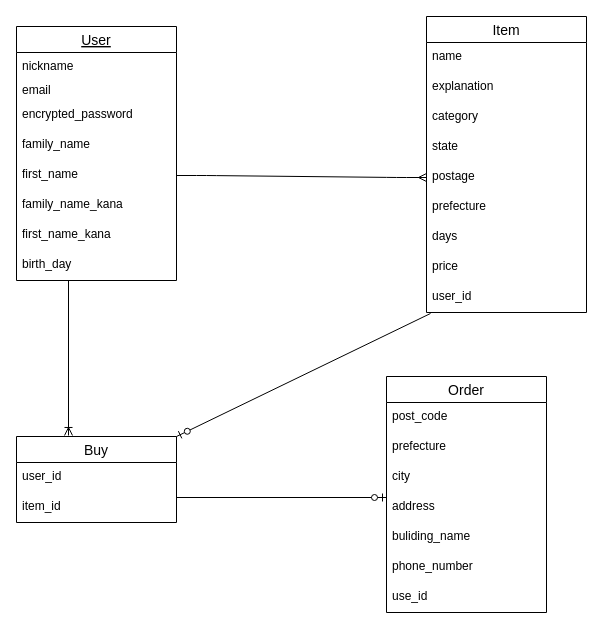
This is ER.dio from ryoji47/furima-37574, a draw.io file, before an edit. Source tidied: cells renumbered, new cells numbered last; positions are measured from the earlier drawing's top-left corner, leaving out a move shared by most shapes. Both pictures are drawn from the tidied source at 100%, with x=0, y=0 at pixel (16, 16).
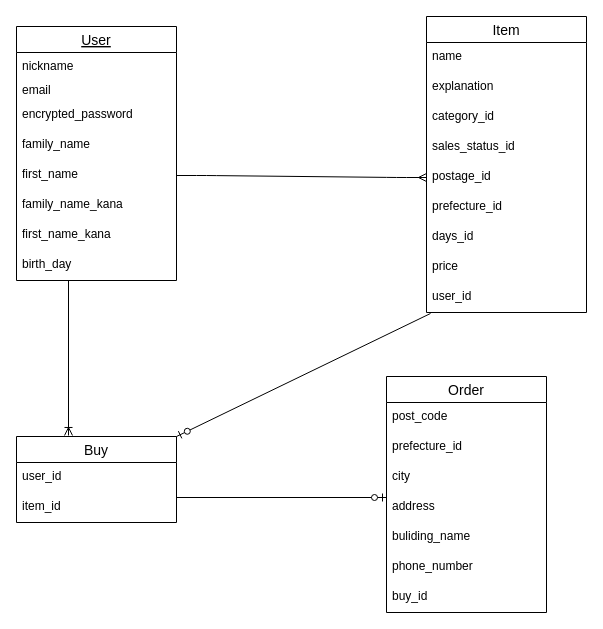
The same diagram, later.

Commit message (it also covers changes not shown here):
ER図、READMEの修正

The change refers to these unchanged cells:
```xml
<mxCell id="11" value="Item" style="swimlane;fontStyle=0;horizontal=1;startSize=26;align=center;fontSize=14;labelBackgroundColor=default;labelBorderColor=none;strokeColor=default;" parent="1" vertex="1">
  <mxGeometry x="410" width="160" height="296" as="geometry" />
</mxCell>
<mxCell id="27" value="Order" style="swimlane;fontStyle=0;horizontal=1;startSize=26;align=center;fontSize=14;labelBackgroundColor=default;labelBorderColor=none;strokeColor=default;" parent="1" vertex="1">
  <mxGeometry x="370" y="360" width="160" height="236" as="geometry" />
</mxCell>
```

Change to the diagram source:
```diff
@@
-    <mxCell id="14" value="category" style="text;strokeColor=none;fillColor=none;spacingLeft=4;spacingRight=4;overflow=hidden;fontSize=12;labelBackgroundColor=default;labelBorderColor=none;" parent="11" vertex="1">
+    <mxCell id="14" value="category_id" style="text;strokeColor=none;fillColor=none;spacingLeft=4;spacingRight=4;overflow=hidden;fontSize=12;labelBackgroundColor=default;labelBorderColor=none;" parent="11" vertex="1">
       <mxGeometry y="86" width="160" height="30" as="geometry" />
     </mxCell>
-    <mxCell id="15" value="state" style="text;strokeColor=none;fillColor=none;spacingLeft=4;spacingRight=4;overflow=hidden;fontSize=12;labelBackgroundColor=default;labelBorderColor=none;" parent="11" vertex="1">
+    <mxCell id="15" value="sales_status_id" style="text;strokeColor=none;fillColor=none;spacingLeft=4;spacingRight=4;overflow=hidden;fontSize=12;labelBackgroundColor=default;labelBorderColor=none;" parent="11" vertex="1">
       <mxGeometry y="116" width="160" height="30" as="geometry" />
     </mxCell>
-    <mxCell id="16" value="postage" style="text;strokeColor=none;fillColor=none;spacingLeft=4;spacingRight=4;overflow=hidden;points=[[0,0.5],[1,0.5]];portConstraint=eastwest;fontSize=12;labelBackgroundColor=default;labelBorderColor=none;" parent="11" vertex="1">
+    <mxCell id="16" value="postage_id" style="text;strokeColor=none;fillColor=none;spacingLeft=4;spacingRight=4;overflow=hidden;points=[[0,0.5],[1,0.5]];portConstraint=eastwest;fontSize=12;labelBackgroundColor=default;labelBorderColor=none;" parent="11" vertex="1">
       <mxGeometry y="146" width="160" height="30" as="geometry" />
     </mxCell>
-    <mxCell id="17" value="prefecture" style="text;strokeColor=none;fillColor=none;spacingLeft=4;spacingRight=4;overflow=hidden;fontSize=12;labelBackgroundColor=default;labelBorderColor=none;" parent="11" vertex="1">
+    <mxCell id="17" value="prefecture_id" style="text;strokeColor=none;fillColor=none;spacingLeft=4;spacingRight=4;overflow=hidden;fontSize=12;labelBackgroundColor=default;labelBorderColor=none;" parent="11" vertex="1">
       <mxGeometry y="176" width="160" height="30" as="geometry" />
     </mxCell>
-    <mxCell id="18" value="days" style="text;strokeColor=none;fillColor=none;spacingLeft=4;spacingRight=4;overflow=hidden;fontSize=12;labelBackgroundColor=default;labelBorderColor=none;" parent="11" vertex="1">
+    <mxCell id="18" value="days_id" style="text;strokeColor=none;fillColor=none;spacingLeft=4;spacingRight=4;overflow=hidden;fontSize=12;labelBackgroundColor=default;labelBorderColor=none;" parent="11" vertex="1">
       <mxGeometry y="206" width="160" height="30" as="geometry" />
     </mxCell>
@@
-    <mxCell id="29" value="prefecture" style="text;strokeColor=none;fillColor=none;spacingLeft=4;spacingRight=4;overflow=hidden;fontSize=12;labelBackgroundColor=default;labelBorderColor=none;" parent="27" vertex="1">
+    <mxCell id="29" value="prefecture_id" style="text;strokeColor=none;fillColor=none;spacingLeft=4;spacingRight=4;overflow=hidden;fontSize=12;labelBackgroundColor=default;labelBorderColor=none;" parent="27" vertex="1">
       <mxGeometry y="56" width="160" height="30" as="geometry" />
     </mxCell>
@@
-    <mxCell id="34" value="use_id" style="text;strokeColor=none;fillColor=none;spacingLeft=4;spacingRight=4;overflow=hidden;fontSize=12;labelBackgroundColor=default;labelBorderColor=none;" parent="27" vertex="1">
+    <mxCell id="34" value="buy_id" style="text;strokeColor=none;fillColor=none;spacingLeft=4;spacingRight=4;overflow=hidden;fontSize=12;labelBackgroundColor=default;labelBorderColor=none;" parent="27" vertex="1">
       <mxGeometry y="206" width="160" height="30" as="geometry" />
     </mxCell>
```
